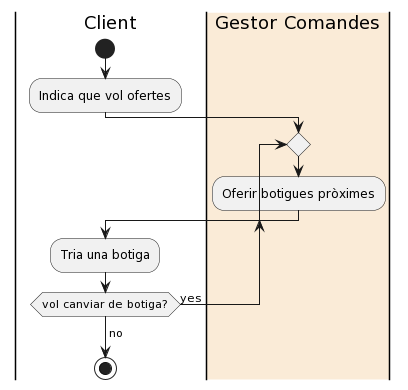
Earlier version of the PlantUML export diagrams/sprint2_diag_activitats_presentacio_ofertes.png (yeray142/es2022uab). Its diagram source:
```plantuml
@startuml
|Client|
start
:Indica que vol ofertes;
repeat
  |#AntiqueWhite|Gestor Comandes|
  :Oferir botigues pròximes;
  |Client|
  :Tria una botiga;
  |Client|
repeat while (vol canviar de botiga?) is (yes)
->no;
stop
@enduml
```
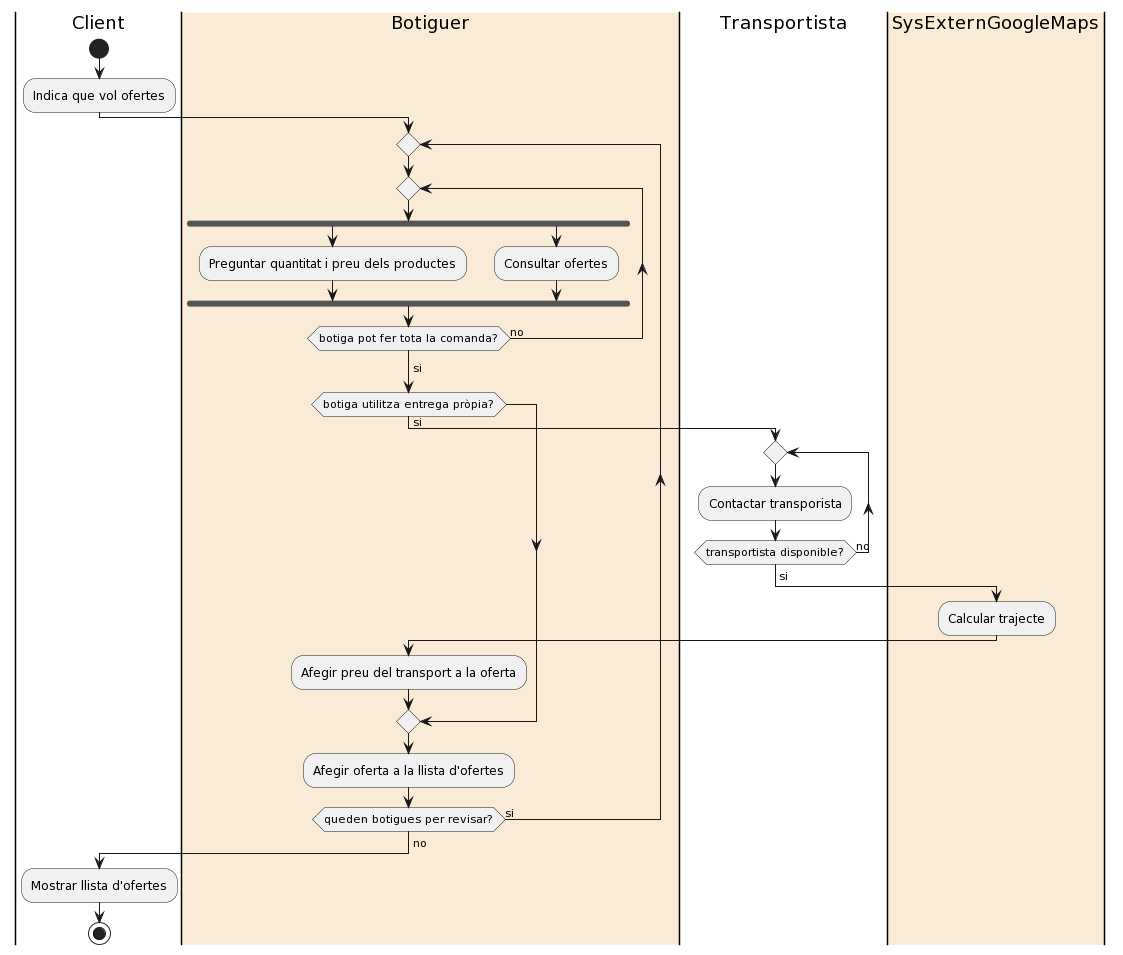
After the commit.

Commit message:
Updated diagrama d'activitats presentació ofertes

What changed in the source:
```diff
@@ -1,14 +1,37 @@
 @startuml
 |Client|
 start
+
 :Indica que vol ofertes;
+
+|#AntiqueWhite|Botiguer|
 repeat
-  |#AntiqueWhite|Gestor Comandes|
-  :Oferir botigues pròximes;
-  |Client|
-  :Tria una botiga;
-  |Client|
-repeat while (vol canviar de botiga?) is (yes)
+  repeat
+    fork
+      :Preguntar quantitat i preu dels productes;
+    fork again
+      :Consultar ofertes;
+    end fork
+  repeat while (botiga pot fer tota la comanda?) is (no)
+  ->si;
+
+  if (botiga utilitza entrega pròpia?) then (si)
+    |Transportista|
+    repeat
+      :Contactar transporista;
+    repeat while (transportista disponible?) is (no)
+    ->si;
+    |#AntiqueWhite|SysExternGoogleMaps|
+    :Calcular trajecte;
+    |#AntiqueWhite|Botiguer|
+    :Afegir preu del transport a la oferta;
+  endif
+
+  :Afegir oferta a la llista d'ofertes;
+repeat while (queden botigues per revisar?) is (si)
 ->no;
+|Client|
+:Mostrar llista d'ofertes;
+
 stop
 @enduml
```
